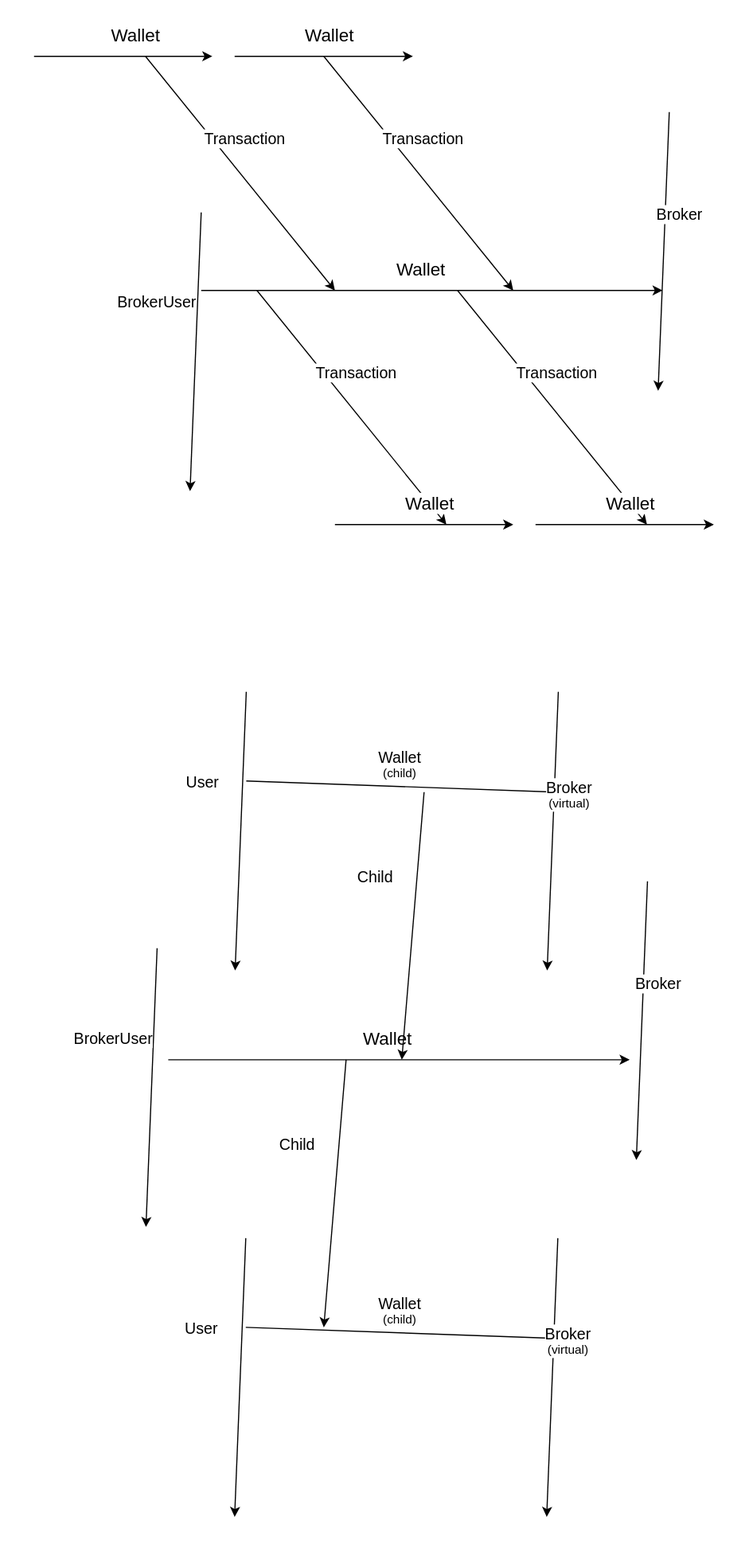
Above: src/wallet/Wallet.drawio.svg in suenot/deep-profitmaker (draw.io), before the change. Source tidied: cells renumbered, new cells last; positions are measured from the earlier drawing's top-left corner, leaving out a move shared by most shapes.
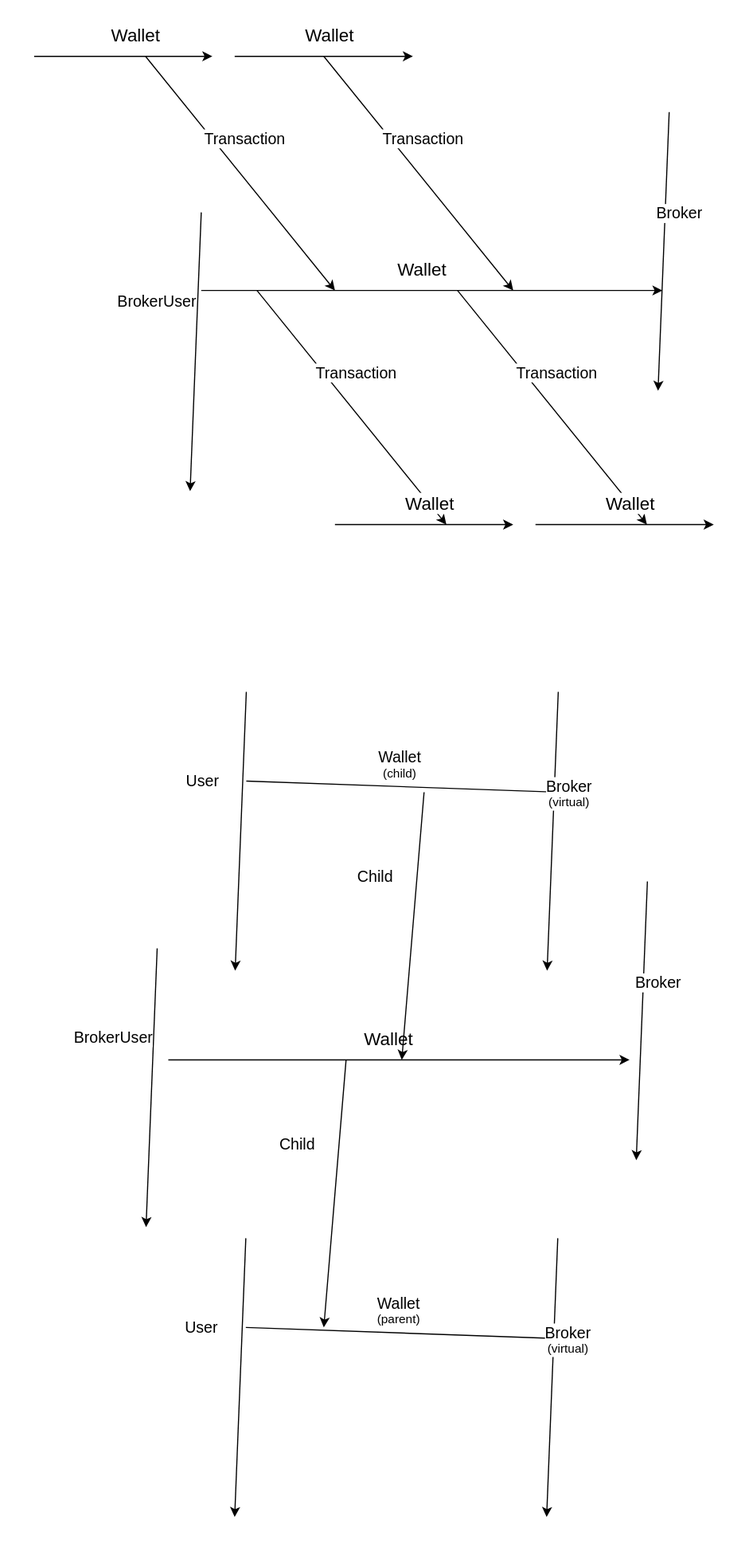
After the change.

Commit message:
fix wallet parent

Change to the diagram source:
```diff
@@ -196,7 +196,7 @@
         <mxPoint x="499.6" y="1200" as="targetPoint" />
       </mxGeometry>
     </mxCell>
-    <mxCell id="38" value="&lt;font&gt;&lt;font style=&quot;font-size: 14px&quot;&gt;Wallet&lt;br&gt;&lt;/font&gt;(child)&lt;br&gt;&lt;/font&gt;" style="edgeLabel;html=1;align=center;verticalAlign=middle;fontSize=11;" parent="37" vertex="1">
+    <mxCell id="38" value="&lt;font&gt;&lt;font style=&quot;font-size: 14px&quot;&gt;Wallet&lt;br&gt;&lt;/font&gt;(parent)&lt;br&gt;&lt;/font&gt;" style="edgeLabel;html=1;align=center;verticalAlign=middle;fontSize=11;" parent="37" vertex="1">
       <mxGeometry x="-0.11" relative="1" as="geometry">
         <mxPoint x="13" y="-20" as="offset" />
       </mxGeometry>
```
